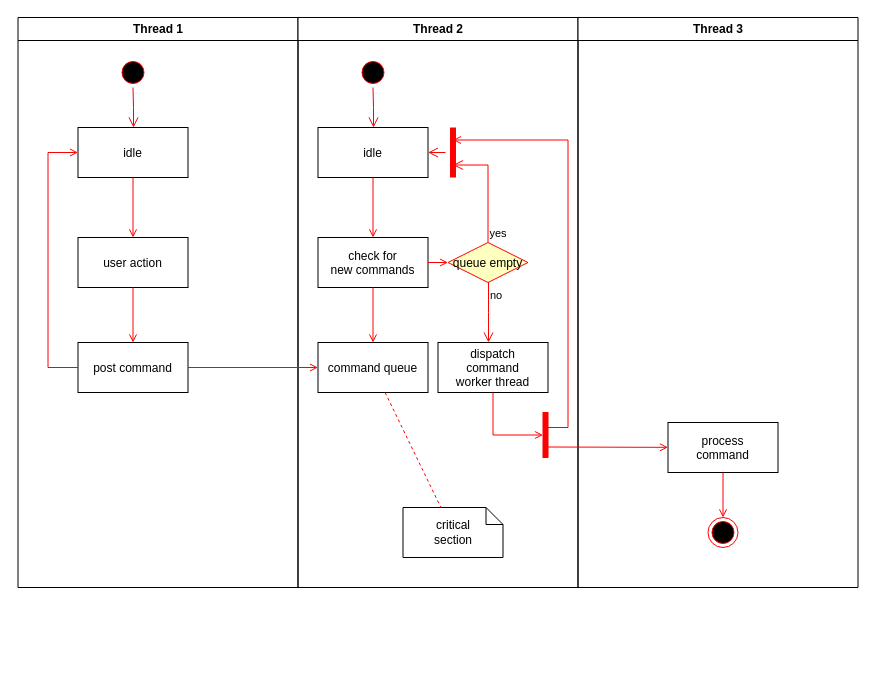
The draw.io diagram Restaurant Finder Activity Diagram.drawio in prakhardixit248/UpGrad_MS, before the edit. Source tidied: cells renumbered, new cells numbered last; positions are measured from the earlier drawing's top-left corner, leaving out a move shared by most shapes. Both pictures are drawn from the tidied source at 100%, with x=0, y=0 at pixel (17, 17).
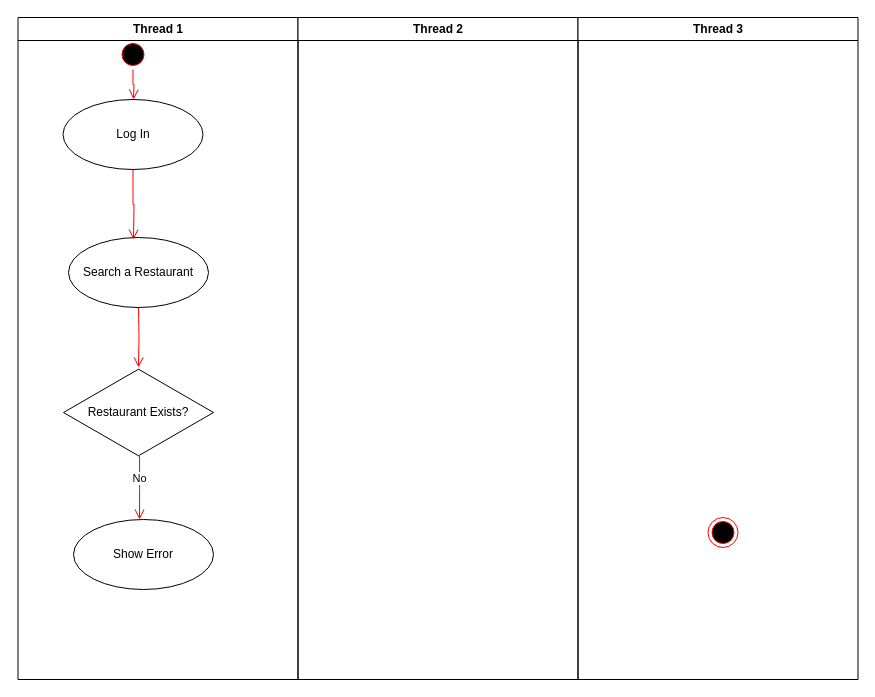
Above is the later version.

Unchanged cells that the change refers to:
```xml
<mxCell id="34" style="ellipse;shape=endState;fillColor=#000000;strokeColor=#ff0000;" parent="30" vertex="1">
  <mxGeometry x="130" y="500" width="30" height="30" as="geometry" />
</mxCell>
```

Change to the diagram source:
```diff
@@
     <mxCell id="2" value="Thread 1" style="swimlane;whiteSpace=wrap;" parent="1" vertex="1">
-      <mxGeometry x="0.5" width="280" height="570" as="geometry" />
+      <mxGeometry x="0.5" width="280" height="662" as="geometry" />
     </mxCell>
-    <mxCell id="3" style="ellipse;shape=startState;fillColor=#000000;strokeColor=#ff0000;" parent="2" vertex="1">
-      <mxGeometry x="100" y="40" width="30" height="30" as="geometry" />
-    </mxCell>
-    <mxCell id="4" style="edgeStyle=elbowEdgeStyle;elbow=horizontal;verticalAlign=bottom;endArrow=open;endSize=8;strokeColor=#FF0000;endFill=1;rounded=0;" parent="2" edge="1" source="3" target="5">
-      <mxGeometry x="100" y="40" as="geometry" />
-    </mxCell>
-    <mxCell id="5" value="idle" parent="2" vertex="1">
-      <mxGeometry x="60" y="110" width="110" height="50" as="geometry" />
-    </mxCell>
-    <mxCell id="6" value="user action" parent="2" vertex="1">
-      <mxGeometry x="60" y="220" width="110" height="50" as="geometry" />
-    </mxCell>
-    <mxCell id="7" style="endArrow=open;strokeColor=#FF0000;endFill=1;rounded=0;" parent="2" edge="1" source="5" target="6">
-      <mxGeometry relative="1" as="geometry" />
-    </mxCell>
-    <mxCell id="8" value="post command" parent="2" vertex="1">
-      <mxGeometry x="60" y="325" width="110" height="50" as="geometry" />
-    </mxCell>
-    <mxCell id="9" style="endArrow=open;strokeColor=#FF0000;endFill=1;rounded=0;" parent="2" edge="1" source="6" target="8">
-      <mxGeometry relative="1" as="geometry" />
-    </mxCell>
-    <mxCell id="10" style="edgeStyle=elbowEdgeStyle;elbow=horizontal;strokeColor=#FF0000;endArrow=open;endFill=1;rounded=0;" parent="2" edge="1" source="8" target="5">
-      <mxGeometry relative="1" as="geometry">
-        <Array as="points">
-          <mxPoint x="30" y="250" />
-        </Array>
-      </mxGeometry>
-    </mxCell>
+    <mxCell id="37" value="Log In" style="ellipse;whiteSpace=wrap;html=1;" parent="2" vertex="1">
+      <mxGeometry x="45" y="82" width="140" height="70" as="geometry" />
+    </mxCell>
+    <mxCell id="38" style="ellipse;html=1;shape=startState;fillColor=#000000;strokeColor=#ff0000;" parent="2" vertex="1">
+      <mxGeometry x="100" y="22" width="30" height="30" as="geometry" />
+    </mxCell>
+    <mxCell id="39" style="edgeStyle=orthogonalEdgeStyle;html=1;verticalAlign=bottom;endArrow=open;endSize=8;strokeColor=#ff0000;rounded=0;" parent="2" edge="1" source="38">
+      <mxGeometry relative="1" as="geometry">
+        <mxPoint x="115.5" y="82" as="targetPoint" />
+      </mxGeometry>
+    </mxCell>
+    <mxCell id="40" value="Restaurant Exists?" style="html=1;whiteSpace=wrap;shape=isoRectangle;" parent="2" vertex="1">
+      <mxGeometry x="45.5" y="350" width="150" height="90" as="geometry" />
+    </mxCell>
+    <mxCell id="41" style="edgeStyle=orthogonalEdgeStyle;html=1;verticalAlign=bottom;endArrow=open;endSize=8;strokeColor=#ff0000;rounded=0;" parent="2" edge="1" target="40">
+      <mxGeometry relative="1" as="geometry">
+        <mxPoint x="120.5" y="290" as="sourcePoint" />
+      </mxGeometry>
+    </mxCell>
+    <mxCell id="42" value="Search a Restaurant" style="ellipse;whiteSpace=wrap;html=1;" parent="2" vertex="1">
+      <mxGeometry x="50.5" y="220" width="140" height="70" as="geometry" />
+    </mxCell>
+    <mxCell id="43" value="Show Error" style="ellipse;whiteSpace=wrap;html=1;" parent="2" vertex="1">
+      <mxGeometry x="55.5" y="502" width="140" height="70" as="geometry" />
+    </mxCell>
     <mxCell id="11" value="Thread 2" style="swimlane;whiteSpace=wrap;" parent="1" vertex="1">
-      <mxGeometry x="280.5" width="280" height="570" as="geometry" />
+      <mxGeometry x="280.5" width="280" height="662" as="geometry" />
     </mxCell>
-    <mxCell id="12" style="ellipse;shape=startState;fillColor=#000000;strokeColor=#ff0000;" parent="11" vertex="1">
-      <mxGeometry x="60" y="40" width="30" height="30" as="geometry" />
-    </mxCell>
-    <mxCell id="13" style="edgeStyle=elbowEdgeStyle;elbow=horizontal;verticalAlign=bottom;endArrow=open;endSize=8;strokeColor=#FF0000;endFill=1;rounded=0;" parent="11" edge="1" source="12" target="14">
-      <mxGeometry x="40" y="20" as="geometry" />
-    </mxCell>
-    <mxCell id="14" value="idle" parent="11" vertex="1">
-      <mxGeometry x="20" y="110" width="110" height="50" as="geometry" />
-    </mxCell>
-    <mxCell id="15" value="check for &#10;new commands" parent="11" vertex="1">
-      <mxGeometry x="20" y="220" width="110" height="50" as="geometry" />
-    </mxCell>
-    <mxCell id="16" style="endArrow=open;strokeColor=#FF0000;endFill=1;rounded=0;" parent="11" edge="1" source="14" target="15">
-      <mxGeometry relative="1" as="geometry" />
-    </mxCell>
-    <mxCell id="17" value="command queue" parent="11" vertex="1">
-      <mxGeometry x="20" y="325" width="110" height="50" as="geometry" />
-    </mxCell>
-    <mxCell id="18" style="endArrow=open;strokeColor=#FF0000;endFill=1;rounded=0;" parent="11" edge="1" source="15" target="17">
-      <mxGeometry relative="1" as="geometry" />
-    </mxCell>
-    <mxCell id="19" value="queue empty" style="rhombus;fillColor=#ffffc0;strokeColor=#ff0000;" parent="11" vertex="1">
-      <mxGeometry x="150" y="225" width="80" height="40" as="geometry" />
-    </mxCell>
-    <mxCell id="20" value="yes" style="edgeStyle=elbowEdgeStyle;elbow=horizontal;align=left;verticalAlign=bottom;endArrow=open;endSize=8;strokeColor=#FF0000;exitX=0.5;exitY=0;endFill=1;rounded=0;entryX=0.75;entryY=0.5;entryPerimeter=0;" parent="11" edge="1" source="19" target="23">
-      <mxGeometry x="-1" relative="1" as="geometry">
-        <Array as="points">
-          <mxPoint x="190" y="180" />
-        </Array>
-      </mxGeometry>
-    </mxCell>
-    <mxCell id="21" value="no" style="edgeStyle=elbowEdgeStyle;elbow=horizontal;align=left;verticalAlign=top;endArrow=open;endSize=8;strokeColor=#FF0000;endFill=1;rounded=0;" parent="11" edge="1" source="19" target="25">
-      <mxGeometry x="-1" relative="1" as="geometry" />
-    </mxCell>
-    <mxCell id="22" style="endArrow=open;strokeColor=#FF0000;endFill=1;rounded=0;" parent="11" edge="1" source="15" target="19">
-      <mxGeometry relative="1" as="geometry" />
-    </mxCell>
-    <mxCell id="23" style="shape=line;strokeWidth=6;strokeColor=#ff0000;rotation=90;" parent="11" vertex="1">
-      <mxGeometry x="130" y="127.5" width="50" height="15" as="geometry" />
-    </mxCell>
-    <mxCell id="24" style="edgeStyle=elbowEdgeStyle;elbow=horizontal;verticalAlign=bottom;endArrow=open;endSize=8;strokeColor=#FF0000;endFill=1;rounded=0;" parent="11" edge="1" source="23" target="14">
-      <mxGeometry x="130" y="90" as="geometry" />
-    </mxCell>
-    <mxCell id="25" value="dispatch&#10;command&#10;worker thread" parent="11" vertex="1">
-      <mxGeometry x="140" y="325" width="110" height="50" as="geometry" />
-    </mxCell>
-    <mxCell id="26" value="critical&#10;section" style="shape=note;whiteSpace=wrap;size=17;" parent="11" vertex="1">
-      <mxGeometry x="105" y="490" width="100" height="50" as="geometry" />
-    </mxCell>
-    <mxCell id="27" style="endArrow=none;strokeColor=#FF0000;endFill=0;rounded=0;dashed=1;" parent="11" edge="1" source="17" target="26">
-      <mxGeometry relative="1" as="geometry" />
-    </mxCell>
-    <mxCell id="28" style="whiteSpace=wrap;strokeColor=#FF0000;fillColor=#FF0000;" parent="11" vertex="1">
-      <mxGeometry x="245" y="395" width="5" height="45" as="geometry" />
-    </mxCell>
-    <mxCell id="29" style="edgeStyle=elbowEdgeStyle;elbow=horizontal;entryX=0;entryY=0.5;strokeColor=#FF0000;endArrow=open;endFill=1;rounded=0;" parent="11" edge="1" source="25" target="28">
-      <mxGeometry relative="1" as="geometry">
-        <Array as="points">
-          <mxPoint x="195" y="400" />
-        </Array>
-      </mxGeometry>
-    </mxCell>
     <mxCell id="30" value="Thread 3" style="swimlane;whiteSpace=wrap;" parent="1" vertex="1">
-      <mxGeometry x="560.5" width="280" height="570" as="geometry" />
+      <mxGeometry x="560.5" width="280" height="662" as="geometry" />
     </mxCell>
-    <mxCell id="31" value="process&#10;command" parent="30" vertex="1">
-      <mxGeometry x="90" y="405" width="110" height="50" as="geometry" />
-    </mxCell>
-    <mxCell id="32" style="edgeStyle=elbowEdgeStyle;elbow=horizontal;strokeColor=#FF0000;endArrow=open;endFill=1;rounded=0;entryX=0.25;entryY=0.5;entryPerimeter=0;" parent="30" edge="1" target="23">
-      <mxGeometry relative="1" as="geometry">
-        <mxPoint x="-30" y="410" as="sourcePoint" />
-        <Array as="points">
-          <mxPoint x="-10" y="135" />
-        </Array>
-      </mxGeometry>
-    </mxCell>
-    <mxCell id="33" style="edgeStyle=none;strokeColor=#FF0000;endArrow=open;endFill=1;rounded=0;" parent="30" edge="1" target="31">
-      <mxGeometry relative="1" as="geometry">
-        <mxPoint x="-30" y="429.5" as="sourcePoint" />
-      </mxGeometry>
-    </mxCell>
@@
-    <mxCell id="35" style="endArrow=open;strokeColor=#FF0000;endFill=1;rounded=0;" parent="30" edge="1" source="31" target="34">
-      <mxGeometry relative="1" as="geometry" />
-    </mxCell>
-    <mxCell id="36" style="endArrow=open;strokeColor=#FF0000;endFill=1;rounded=0;" parent="1" edge="1" source="8" target="17">
-      <mxGeometry relative="1" as="geometry" />
-    </mxCell>
+    <mxCell id="44" style="edgeStyle=orthogonalEdgeStyle;html=1;verticalAlign=bottom;endArrow=open;endSize=8;strokeColor=#ff0000;rounded=0;exitX=0.5;exitY=1;exitDx=0;exitDy=0;" parent="1" edge="1" source="37">
+      <mxGeometry relative="1" as="geometry">
+        <mxPoint x="116" y="222" as="targetPoint" />
+      </mxGeometry>
+    </mxCell>
+    <mxCell id="45" value="No" style="edgeStyle=orthogonalEdgeStyle;html=1;verticalAlign=bottom;endArrow=open;endSize=8;strokeColor=#ff0000;rounded=0;exitX=0.507;exitY=0.978;exitDx=0;exitDy=0;exitPerimeter=0;" parent="1" edge="1" source="40">
+      <mxGeometry relative="1" as="geometry">
+        <mxPoint x="122" y="502" as="targetPoint" />
+      </mxGeometry>
+    </mxCell>
```
